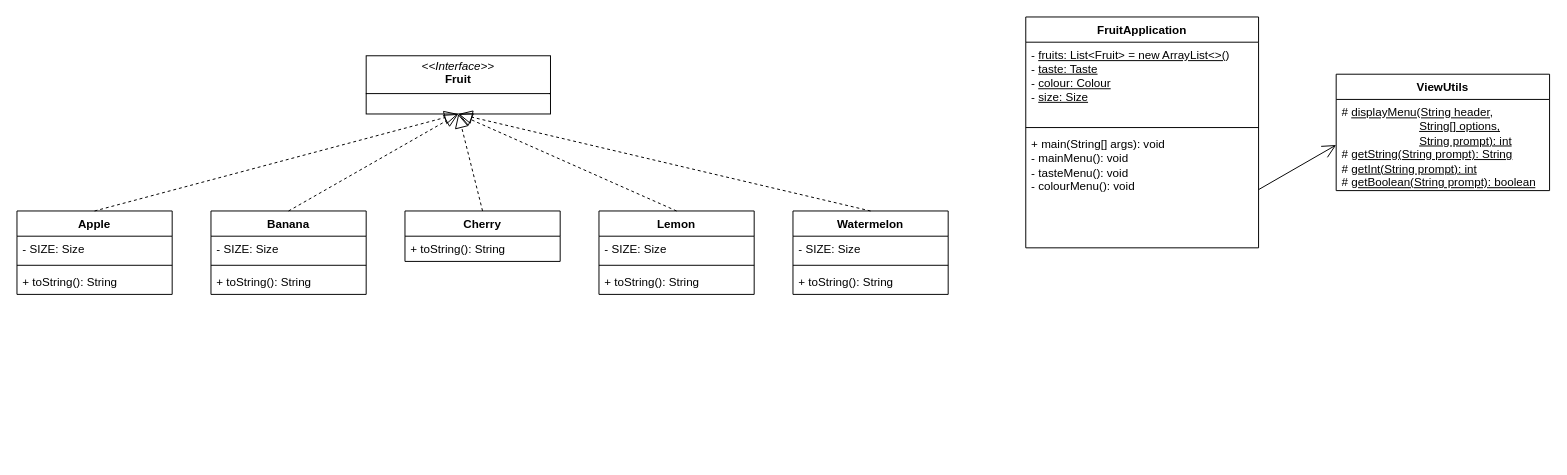
This is Untitled Diagram.drawio from NguyenChHieu/graphs, a draw.io file, before an edit. Source tidied: cells renumbered, new cells numbered last; positions are measured from the earlier drawing's top-left corner, leaving out a move shared by most shapes. Both pictures are drawn from the tidied source at 97%, with x=0, y=0 at pixel (16, 16).
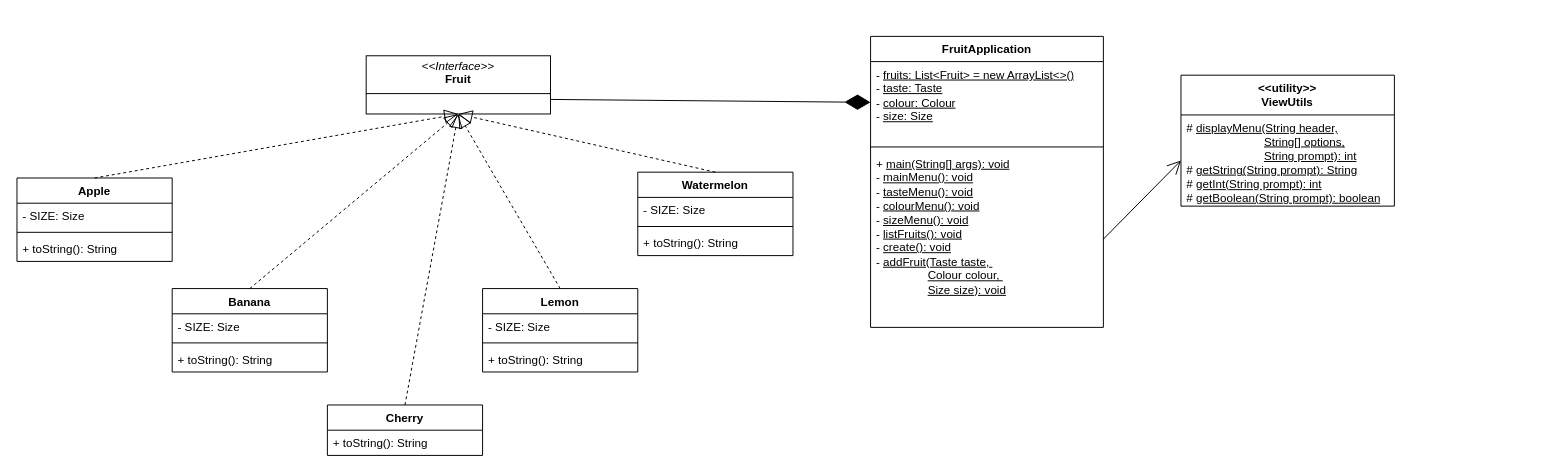
The same page after the edit.

Unchanged cells that the change refers to:
```xml
<mxCell id="2" value="&lt;p style=&quot;margin:0px;margin-top:4px;text-align:center;&quot;&gt;&lt;i&gt;&amp;lt;&amp;lt;Interface&amp;gt;&amp;gt;&lt;/i&gt;&lt;br&gt;&lt;b&gt;Fruit&lt;/b&gt;&lt;/p&gt;&lt;hr size=&quot;1&quot; style=&quot;border-style:solid;&quot;&gt;&lt;p style=&quot;margin:0px;margin-left:4px;&quot;&gt;&lt;/p&gt;&lt;p style=&quot;margin:0px;margin-left:4px;&quot;&gt;&lt;br&gt;&lt;/p&gt;" style="verticalAlign=top;align=left;overflow=fill;html=1;whiteSpace=wrap;" parent="1" vertex="1">
  <mxGeometry x="360" y="40" width="190" height="60" as="geometry" />
</mxCell>
<mxCell id="27" value="- &lt;u&gt;fruits: List&amp;lt;Fruit&amp;gt; = new ArrayList&amp;lt;&amp;gt;()&lt;/u&gt;&lt;div&gt;- &lt;u&gt;taste: Taste&lt;/u&gt;&lt;/div&gt;&lt;div&gt;- &lt;u&gt;colour: Colour&lt;/u&gt;&lt;/div&gt;&lt;div&gt;- &lt;u&gt;size: Size&lt;/u&gt;&lt;/div&gt;" style="text;strokeColor=none;fillColor=none;align=left;verticalAlign=top;spacingLeft=4;spacingRight=4;overflow=hidden;points=[[0,0.5],[1,0.5]];portConstraint=eastwest;whiteSpace=wrap;html=1;" parent="26" vertex="1">
  <mxGeometry y="26" width="240" height="84" as="geometry" />
</mxCell>
```

Diff of the diagram source:
```diff
@@
     <mxCell id="3" value="Apple" style="swimlane;fontStyle=1;align=center;verticalAlign=top;horizontal=1;startSize=26;whiteSpace=wrap;html=1;" parent="1" vertex="1">
-      <mxGeometry y="200" width="160" height="86" as="geometry" />
+      <mxGeometry y="166" width="160" height="86" as="geometry" />
     </mxCell>
@@
     <mxCell id="7" value="Banana" style="swimlane;fontStyle=1;align=center;verticalAlign=top;horizontal=1;startSize=26;whiteSpace=wrap;html=1;" parent="1" vertex="1">
-      <mxGeometry x="200" y="200" width="160" height="86" as="geometry" />
+      <mxGeometry x="160" y="280" width="160" height="86" as="geometry" />
     </mxCell>
@@
     <mxCell id="11" value="Cherry" style="swimlane;fontStyle=1;align=center;verticalAlign=top;horizontal=1;startSize=26;whiteSpace=wrap;html=1;" parent="1" vertex="1">
-      <mxGeometry x="400" y="200" width="160" height="52" as="geometry" />
+      <mxGeometry x="320" y="400" width="160" height="52" as="geometry" />
     </mxCell>
@@
     <mxCell id="13" value="Lemon" style="swimlane;fontStyle=1;align=center;verticalAlign=top;horizontal=1;startSize=26;whiteSpace=wrap;html=1;" parent="1" vertex="1">
-      <mxGeometry x="600" y="200" width="160" height="86" as="geometry" />
+      <mxGeometry x="480" y="280" width="160" height="86" as="geometry" />
     </mxCell>
@@
     <mxCell id="21" value="Watermelon" style="swimlane;fontStyle=1;align=center;verticalAlign=top;horizontal=1;startSize=26;whiteSpace=wrap;html=1;" parent="1" vertex="1">
-      <mxGeometry x="800" y="200" width="160" height="86" as="geometry" />
+      <mxGeometry x="640" y="160" width="160" height="86" as="geometry" />
     </mxCell>
@@
     <mxCell id="26" value="FruitApplication" style="swimlane;fontStyle=1;align=center;verticalAlign=top;horizontal=1;startSize=26;whiteSpace=wrap;html=1;" parent="1" vertex="1">
-      <mxGeometry x="1040" width="240" height="238" as="geometry" />
+      <mxGeometry x="880" y="20" width="240" height="300" as="geometry" />
     </mxCell>
@@
-    <mxCell id="29" value="+ main(String[] args): void&lt;div&gt;&lt;span style=&quot;background-color: initial;&quot;&gt;- mainMenu(): void&lt;/span&gt;&lt;/div&gt;&lt;div&gt;&lt;span style=&quot;background-color: initial;&quot;&gt;- tasteMenu(): void&lt;/span&gt;&lt;/div&gt;&lt;div&gt;&lt;span style=&quot;background-color: initial;&quot;&gt;- colourMenu(): void&lt;/span&gt;&lt;/div&gt;" style="text;strokeColor=none;fillColor=none;align=left;verticalAlign=top;spacingLeft=4;spacingRight=4;overflow=hidden;points=[[0,0.5],[1,0.5]];portConstraint=eastwest;whiteSpace=wrap;html=1;" parent="26" vertex="1">
-      <mxGeometry y="118" width="240" height="120" as="geometry" />
+    <mxCell id="29" value="+ &lt;u&gt;main(String[] args): void&lt;/u&gt;&lt;div&gt;&lt;span style=&quot;background-color: initial;&quot;&gt;- &lt;u&gt;mainMenu(): void&lt;/u&gt;&lt;/span&gt;&lt;/div&gt;&lt;div&gt;&lt;span style=&quot;background-color: initial;&quot;&gt;- &lt;u&gt;tasteMenu(): void&lt;/u&gt;&lt;/span&gt;&lt;/div&gt;&lt;div&gt;&lt;span style=&quot;background-color: initial;&quot;&gt;- &lt;u&gt;colourMenu(): void&lt;/u&gt;&lt;/span&gt;&lt;/div&gt;&lt;div&gt;&lt;span style=&quot;background-color: initial;&quot;&gt;- &lt;u&gt;sizeMenu(): void&lt;/u&gt;&lt;/span&gt;&lt;/div&gt;&lt;div&gt;&lt;span style=&quot;background-color: initial;&quot;&gt;- &lt;u&gt;listFruits(): void&lt;/u&gt;&lt;/span&gt;&lt;/div&gt;&lt;div&gt;&lt;span style=&quot;background-color: initial;&quot;&gt;- &lt;u&gt;create(): void&lt;/u&gt;&lt;/span&gt;&lt;/div&gt;&lt;div&gt;&lt;span style=&quot;background-color: initial;&quot;&gt;- &lt;u&gt;addFruit(Taste taste,&amp;nbsp;&lt;/u&gt;&lt;/span&gt;&lt;/div&gt;&lt;div&gt;&lt;span style=&quot;background-color: initial;&quot;&gt;&lt;u&gt;&lt;span style=&quot;white-space: pre;&quot;&gt;&#9;&lt;/span&gt;&lt;span style=&quot;white-space: pre;&quot;&gt;&#9;&lt;/span&gt;Colour colour,&amp;nbsp;&lt;/u&gt;&lt;/span&gt;&lt;/div&gt;&lt;div&gt;&lt;span style=&quot;background-color: initial;&quot;&gt;&lt;u&gt;&lt;span style=&quot;white-space: pre;&quot;&gt;&#9;&lt;/span&gt;&lt;span style=&quot;white-space: pre;&quot;&gt;&#9;&lt;/span&gt;Size size): void&lt;/u&gt;&lt;/span&gt;&lt;/div&gt;" style="text;strokeColor=none;fillColor=none;align=left;verticalAlign=top;spacingLeft=4;spacingRight=4;overflow=hidden;points=[[0,0.5],[1,0.5]];portConstraint=eastwest;whiteSpace=wrap;html=1;" parent="26" vertex="1">
+      <mxGeometry y="118" width="240" height="182" as="geometry" />
     </mxCell>
-    <mxCell id="30" value="ViewUtils" style="swimlane;fontStyle=1;align=center;verticalAlign=top;horizontal=1;startSize=26;whiteSpace=wrap;html=1;" parent="1" vertex="1">
-      <mxGeometry x="1360" y="59" width="220" height="120" as="geometry" />
+    <mxCell id="30" value="&lt;div style=&quot;text-align: left;&quot;&gt;&lt;span style=&quot;background-color: initial; text-align: center;&quot;&gt;&amp;lt;&amp;lt;utility&amp;gt;&amp;gt;&lt;/span&gt;&lt;/div&gt;&lt;div style=&quot;text-align: left;&quot;&gt;&lt;span style=&quot;background-color: initial; text-align: center;&quot;&gt;&amp;nbsp;ViewUtils&lt;/span&gt;&lt;br&gt;&lt;/div&gt;" style="swimlane;fontStyle=1;align=center;verticalAlign=top;horizontal=1;startSize=41;whiteSpace=wrap;html=1;" parent="1" vertex="1">
+      <mxGeometry x="1200" y="60" width="220" height="135" as="geometry" />
     </mxCell>
     <mxCell id="31" value="# &lt;u&gt;displayMenu(String header,&lt;/u&gt;&lt;div&gt;&lt;u&gt;&lt;span style=&quot;white-space: pre;&quot;&gt;&#9;&lt;/span&gt;&lt;span style=&quot;white-space: pre;&quot;&gt;&#9;&lt;/span&gt;&lt;span style=&quot;white-space: pre;&quot;&gt;&#9;&lt;/span&gt;String[] options,&lt;br&gt;&lt;/u&gt;&lt;/div&gt;&lt;div&gt;&lt;u&gt;&lt;span style=&quot;white-space: pre;&quot;&gt;&#9;&lt;/span&gt;&lt;span style=&quot;white-space: pre;&quot;&gt;&#9;&lt;/span&gt;&lt;span style=&quot;white-space: pre;&quot;&gt;&#9;&lt;/span&gt;String prompt): int&lt;/u&gt;&lt;br&gt;&lt;/div&gt;&lt;div&gt;# &lt;u&gt;getString(String prompt): String&lt;/u&gt;&amp;nbsp;&lt;/div&gt;&lt;div&gt;# &lt;u&gt;getInt(String prompt): int&lt;/u&gt;&lt;/div&gt;&lt;div&gt;# &lt;u&gt;getBoolean(String prompt): boolean&lt;/u&gt;&lt;/div&gt;" style="text;strokeColor=none;fillColor=none;align=left;verticalAlign=top;spacingLeft=4;spacingRight=4;overflow=hidden;points=[[0,0.5],[1,0.5]];portConstraint=eastwest;whiteSpace=wrap;html=1;" parent="30" vertex="1">
-      <mxGeometry y="26" width="220" height="94" as="geometry" />
+      <mxGeometry y="41" width="220" height="94" as="geometry" />
     </mxCell>
@@
+    <mxCell id="33" style="endArrow=diamondThin;endFill=1;endSize=24;html=1;rounded=0;entryX=0;entryY=0.5;entryDx=0;entryDy=0;exitX=1;exitY=0.75;exitDx=0;exitDy=0;" parent="1" edge="1" source="2" target="27">
+      <mxGeometry relative="1" as="geometry" />
+    </mxCell>
```
